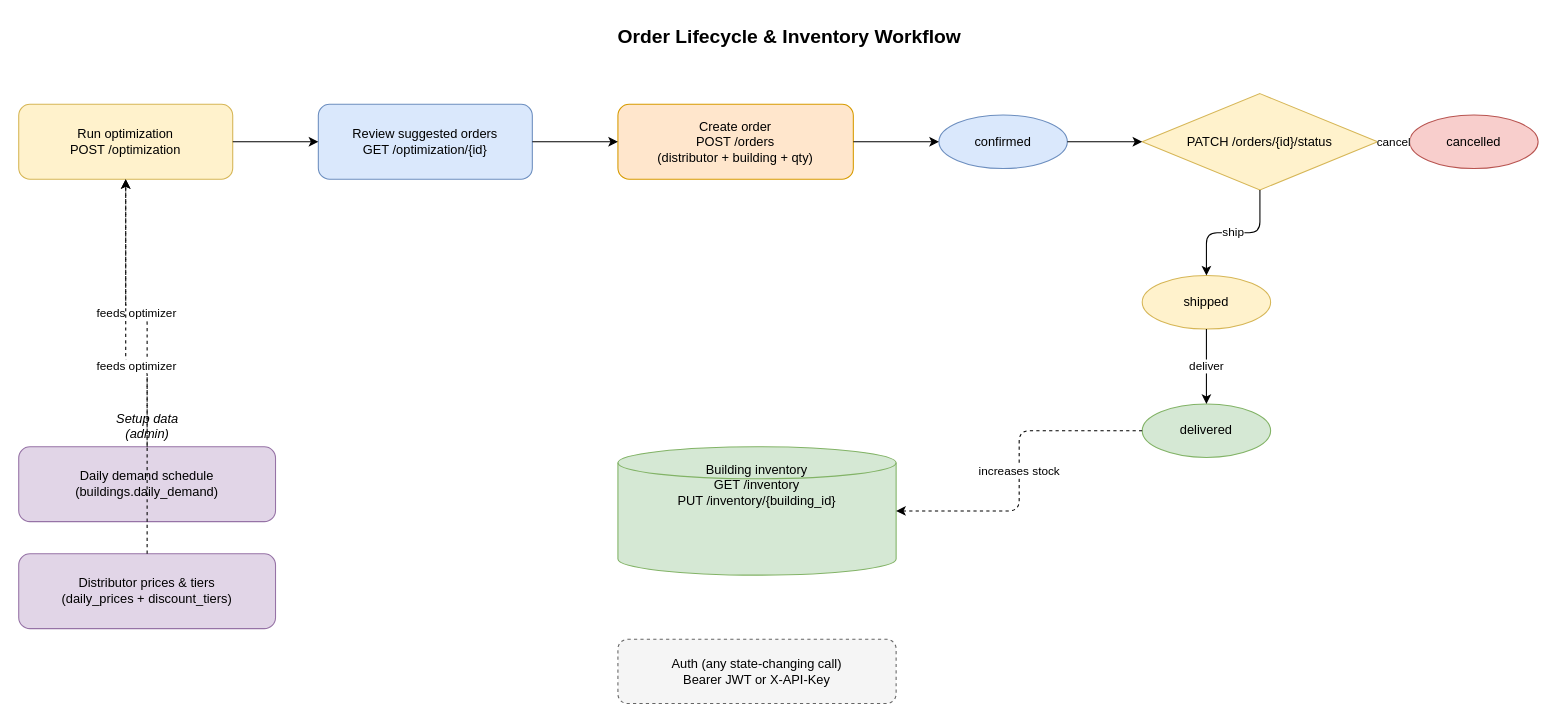
The draw.io diagram docs/diagrams/order-workflow.drawio in pgierzat/CoffeeOrderingSystem, before the edit. Source tidied: cells renumbered, new cells numbered last; positions are measured from the earlier drawing's top-left corner, leaving out a move shared by most shapes. Both pictures are drawn from the tidied source at 107%, with x=0, y=0 at pixel (18, 18).
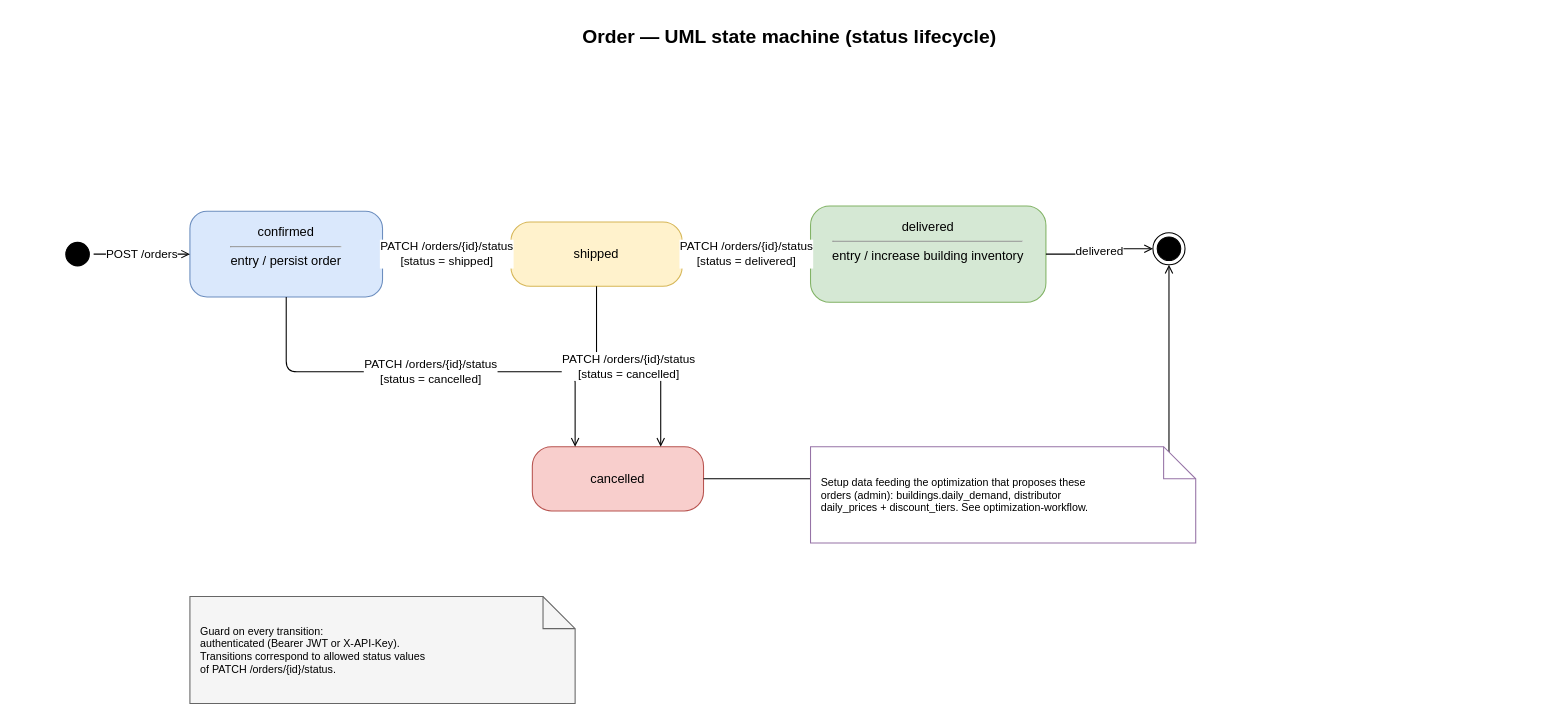
After the change.

The edit, as a diff of the source:
```diff
@@
-    <mxCell id="2" value="Order Lifecycle &amp; Inventory Workflow" style="text;html=1;align=center;fontSize=18;fontStyle=1;" parent="1" vertex="1">
+    <mxCell id="2" value="Order — UML state machine (status lifecycle)" style="text;html=1;align=center;fontSize=18;fontStyle=1;" parent="1" vertex="1">
       <mxGeometry x="320" width="800" height="30" as="geometry" />
     </mxCell>
-    <mxCell id="3" value="Run optimization&#10;POST /optimization" style="rounded=1;whiteSpace=wrap;html=1;fillColor=#fff2cc;strokeColor=#d6b656;" parent="1" vertex="1">
-      <mxGeometry y="80" width="200" height="70" as="geometry" />
-    </mxCell>
-    <mxCell id="4" value="Review suggested orders&#10;GET /optimization/{id}" style="rounded=1;whiteSpace=wrap;html=1;fillColor=#dae8fc;strokeColor=#6c8ebf;" parent="1" vertex="1">
-      <mxGeometry x="280" y="80" width="200" height="70" as="geometry" />
-    </mxCell>
-    <mxCell id="5" value="Create order&#10;POST /orders&#10;(distributor + building + qty)" style="rounded=1;whiteSpace=wrap;html=1;fillColor=#ffe6cc;strokeColor=#d79b00;" parent="1" vertex="1">
-      <mxGeometry x="560" y="80" width="220" height="70" as="geometry" />
-    </mxCell>
-    <mxCell id="6" value="confirmed" style="ellipse;whiteSpace=wrap;html=1;fillColor=#dae8fc;strokeColor=#6c8ebf;" parent="1" vertex="1">
-      <mxGeometry x="860" y="90" width="120" height="50" as="geometry" />
-    </mxCell>
-    <mxCell id="7" value="PATCH /orders/{id}/status" style="rhombus;whiteSpace=wrap;html=1;fillColor=#fff2cc;strokeColor=#d6b656;" parent="1" vertex="1">
-      <mxGeometry x="1050" y="70" width="220" height="90" as="geometry" />
-    </mxCell>
+    <mxCell id="26" style="ellipse;html=1;shape=startState;fillColor=#000000;strokeColor=#000000;" parent="1" vertex="1">
+      <mxGeometry x="40" y="205" width="30" height="30" as="geometry" />
+    </mxCell>
+    <mxCell id="27" value="confirmed&#10;&lt;hr size=&quot;1&quot;&gt;entry / persist order" style="rounded=1;whiteSpace=wrap;html=1;fillColor=#dae8fc;strokeColor=#6c8ebf;verticalAlign=top;spacingTop=6;arcSize=20;" parent="1" vertex="1">
+      <mxGeometry x="160" y="180" width="180" height="80" as="geometry" />
+    </mxCell>
-    <mxCell id="8" value="shipped" style="ellipse;whiteSpace=wrap;html=1;fillColor=#fff2cc;strokeColor=#d6b656;" parent="1" vertex="1">
-      <mxGeometry x="1050" y="240" width="120" height="50" as="geometry" />
+    <mxCell id="8" value="shipped" style="rounded=1;whiteSpace=wrap;html=1;fillColor=#fff2cc;strokeColor=#d6b656;arcSize=30;" parent="1" vertex="1">
+      <mxGeometry x="460" y="190" width="160" height="60" as="geometry" />
     </mxCell>
+    <mxCell id="28" value="delivered&#10;&lt;hr size=&quot;1&quot;&gt;entry / increase building inventory" style="rounded=1;whiteSpace=wrap;html=1;fillColor=#d5e8d4;strokeColor=#82b366;verticalAlign=top;spacingTop=6;arcSize=20;" parent="1" vertex="1">
+      <mxGeometry x="740" y="175" width="220" height="90" as="geometry" />
+    </mxCell>
+    <mxCell id="10" value="cancelled" style="rounded=1;whiteSpace=wrap;html=1;fillColor=#f8cecc;strokeColor=#b85450;arcSize=30;" parent="1" vertex="1">
+      <mxGeometry x="480" y="400" width="160" height="60" as="geometry" />
+    </mxCell>
+    <mxCell id="29" style="ellipse;html=1;shape=endState;fillColor=#000000;strokeColor=#000000;" parent="1" vertex="1">
+      <mxGeometry x="1060" y="200" width="30" height="30" as="geometry" />
+    </mxCell>
+    <mxCell id="30" value="POST /orders" style="endArrow=open;html=1;rounded=1;edgeStyle=orthogonalEdgeStyle;fontSize=11;" parent="1" edge="1" source="26" target="27">
+      <mxGeometry relative="1" as="geometry" />
+    </mxCell>
+    <mxCell id="31" value="PATCH /orders/{id}/status&#10;[status = shipped]" style="endArrow=open;html=1;rounded=1;edgeStyle=orthogonalEdgeStyle;fontSize=11;" parent="1" edge="1" source="27" target="8">
+      <mxGeometry relative="1" as="geometry" />
+    </mxCell>
+    <mxCell id="32" value="PATCH /orders/{id}/status&#10;[status = delivered]" style="endArrow=open;html=1;rounded=1;edgeStyle=orthogonalEdgeStyle;fontSize=11;" parent="1" edge="1" source="8" target="28">
+      <mxGeometry relative="1" as="geometry" />
+    </mxCell>
-    <mxCell id="9" value="delivered" style="ellipse;whiteSpace=wrap;html=1;fillColor=#d5e8d4;strokeColor=#82b366;" parent="1" vertex="1">
-      <mxGeometry x="1050" y="360" width="120" height="50" as="geometry" />
+    <mxCell id="9" value="delivered" style="endArrow=open;html=1;rounded=1;edgeStyle=orthogonalEdgeStyle;fontSize=11;" parent="1" edge="1" source="28" target="29">
+      <mxGeometry relative="1" as="geometry" />
     </mxCell>
-    <mxCell id="10" value="cancelled" style="ellipse;whiteSpace=wrap;html=1;fillColor=#f8cecc;strokeColor=#b85450;" parent="1" vertex="1">
-      <mxGeometry x="1300" y="90" width="120" height="50" as="geometry" />
-    </mxCell>
-    <mxCell id="11" value="Building inventory&#10;GET /inventory&#10;PUT /inventory/{building_id}" style="shape=cylinder3;whiteSpace=wrap;html=1;fillColor=#d5e8d4;strokeColor=#82b366;verticalAlign=top;spacingTop=8;" parent="1" vertex="1">
-      <mxGeometry x="560" y="400" width="260" height="120" as="geometry" />
-    </mxCell>
-    <mxCell id="12" value="Daily demand schedule&#10;(buildings.daily_demand)" style="rounded=1;whiteSpace=wrap;html=1;fillColor=#e1d5e7;strokeColor=#9673a6;" parent="1" vertex="1">
-      <mxGeometry y="400" width="240" height="70" as="geometry" />
-    </mxCell>
-    <mxCell id="13" value="Distributor prices &amp; tiers&#10;(daily_prices + discount_tiers)" style="rounded=1;whiteSpace=wrap;html=1;fillColor=#e1d5e7;strokeColor=#9673a6;" parent="1" vertex="1">
-      <mxGeometry y="500" width="240" height="70" as="geometry" />
-    </mxCell>
-    <mxCell id="14" value="Setup data&#10;(admin)" style="text;html=1;align=center;fontStyle=2;" parent="1" vertex="1">
-      <mxGeometry y="360" width="240" height="20" as="geometry" />
-    </mxCell>
-    <mxCell id="15" value="Auth (any state-changing call)&#10;Bearer JWT or X-API-Key" style="rounded=1;whiteSpace=wrap;html=1;fillColor=#f5f5f5;strokeColor=#666666;dashed=1;" parent="1" vertex="1">
-      <mxGeometry x="560" y="580" width="260" height="60" as="geometry" />
-    </mxCell>
-    <mxCell id="16" style="edgeStyle=orthogonalEdgeStyle;rounded=1;jettySize=auto;html=1;" parent="1" edge="1" source="3" target="4">
-      <mxGeometry relative="1" as="geometry" />
-    </mxCell>
-    <mxCell id="17" style="edgeStyle=orthogonalEdgeStyle;rounded=1;jettySize=auto;html=1;" parent="1" edge="1" source="4" target="5">
-      <mxGeometry relative="1" as="geometry" />
-    </mxCell>
-    <mxCell id="18" style="edgeStyle=orthogonalEdgeStyle;rounded=1;jettySize=auto;html=1;" parent="1" edge="1" source="5" target="6">
-      <mxGeometry relative="1" as="geometry" />
-    </mxCell>
-    <mxCell id="19" style="edgeStyle=orthogonalEdgeStyle;rounded=1;jettySize=auto;html=1;" parent="1" edge="1" source="6" target="7">
-      <mxGeometry relative="1" as="geometry" />
-    </mxCell>
-    <mxCell id="20" value="ship" style="edgeStyle=orthogonalEdgeStyle;rounded=1;jettySize=auto;html=1;exitX=0.5;exitY=1;exitDx=0;exitDy=0;entryX=0.5;entryY=0;entryDx=0;entryDy=0;" parent="1" edge="1" source="7" target="8">
-      <mxGeometry relative="1" as="geometry" />
-    </mxCell>
-    <mxCell id="21" value="deliver" style="edgeStyle=orthogonalEdgeStyle;rounded=1;jettySize=auto;html=1;exitX=0.5;exitY=1;exitDx=0;exitDy=0;entryX=0.5;entryY=0;entryDx=0;entryDy=0;" parent="1" edge="1" source="8" target="9">
-      <mxGeometry relative="1" as="geometry" />
-    </mxCell>
-    <mxCell id="22" value="cancel" style="edgeStyle=orthogonalEdgeStyle;rounded=1;jettySize=auto;html=1;exitX=1;exitY=0.5;exitDx=0;exitDy=0;entryX=0;entryY=0.5;entryDx=0;entryDy=0;" parent="1" edge="1" source="7" target="10">
-      <mxGeometry relative="1" as="geometry" />
-    </mxCell>
-    <mxCell id="23" value="increases stock" style="edgeStyle=orthogonalEdgeStyle;rounded=1;jettySize=auto;html=1;dashed=1;" parent="1" edge="1" source="9" target="11">
-      <mxGeometry relative="1" as="geometry" />
-    </mxCell>
-    <mxCell id="24" value="feeds optimizer" style="edgeStyle=orthogonalEdgeStyle;rounded=1;jettySize=auto;html=1;dashed=1;" parent="1" edge="1" source="12" target="3">
-      <mxGeometry relative="1" as="geometry" />
-    </mxCell>
-    <mxCell id="25" value="feeds optimizer" style="edgeStyle=orthogonalEdgeStyle;rounded=1;jettySize=auto;html=1;dashed=1;" parent="1" edge="1" source="13" target="3">
-      <mxGeometry relative="1" as="geometry" />
-    </mxCell>
+    <mxCell id="33" value="PATCH /orders/{id}/status&#10;[status = cancelled]" style="endArrow=open;html=1;rounded=1;edgeStyle=orthogonalEdgeStyle;fontSize=11;exitX=0.5;exitY=1;exitDx=0;exitDy=0;entryX=0.25;entryY=0;entryDx=0;entryDy=0;" parent="1" edge="1" source="27" target="10">
+      <mxGeometry relative="1" as="geometry" />
+    </mxCell>
+    <mxCell id="34" value="PATCH /orders/{id}/status&#10;[status = cancelled]" style="endArrow=open;html=1;rounded=1;edgeStyle=orthogonalEdgeStyle;fontSize=11;exitX=0.5;exitY=1;exitDx=0;exitDy=0;entryX=0.75;entryY=0;entryDx=0;entryDy=0;" parent="1" edge="1" source="8" target="10">
+      <mxGeometry relative="1" as="geometry" />
+    </mxCell>
+    <mxCell id="35" style="endArrow=open;html=1;rounded=1;edgeStyle=orthogonalEdgeStyle;fontSize=11;exitX=1;exitY=0.5;exitDx=0;exitDy=0;entryX=0.5;entryY=1;entryDx=0;entryDy=0;" parent="1" edge="1" source="10" target="29">
+      <mxGeometry relative="1" as="geometry" />
+    </mxCell>
+    <mxCell id="36" value="Guard on every transition:&#10;authenticated (Bearer JWT or X-API-Key).&#10;Transitions correspond to allowed status values&#10;of PATCH /orders/{id}/status." style="shape=note;whiteSpace=wrap;html=1;fillColor=#f5f5f5;strokeColor=#666666;fontSize=10;align=left;spacingLeft=8;" parent="1" vertex="1">
+      <mxGeometry x="160" y="540" width="360" height="100" as="geometry" />
+    </mxCell>
+    <mxCell id="37" value="Setup data feeding the optimization that proposes these&#10;orders (admin): buildings.daily_demand, distributor&#10;daily_prices + discount_tiers. See optimization-workflow." style="shape=note;whiteSpace=wrap;html=1;fillColor=#fff;strokeColor=#9673a6;fontSize=10;align=left;spacingLeft=8;" parent="1" vertex="1">
+      <mxGeometry x="740" y="400" width="360" height="90" as="geometry" />
+    </mxCell>
```
